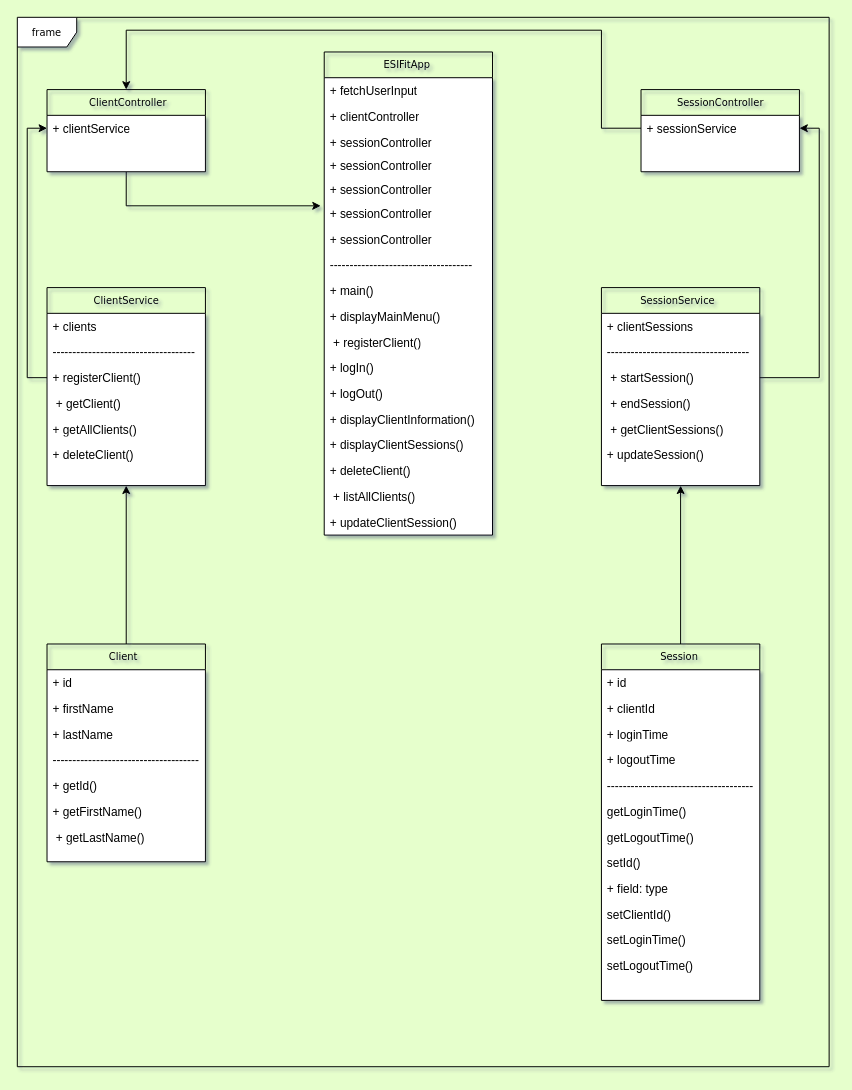
sofoste93/ESI-FIT-CLIENT-MANAGER keeps this draw.io diagram as page "Page-1" (1 of 2) of ESI-FIT.drawio. Above is the earlier version. Source tidied: cells renumbered, new cells numbered last; positions are measured from the earlier drawing's top-left corner, leaving out a move shared by most shapes. Both pictures are drawn from the tidied source at 99%, with x=0, y=0 at pixel (17, 17).
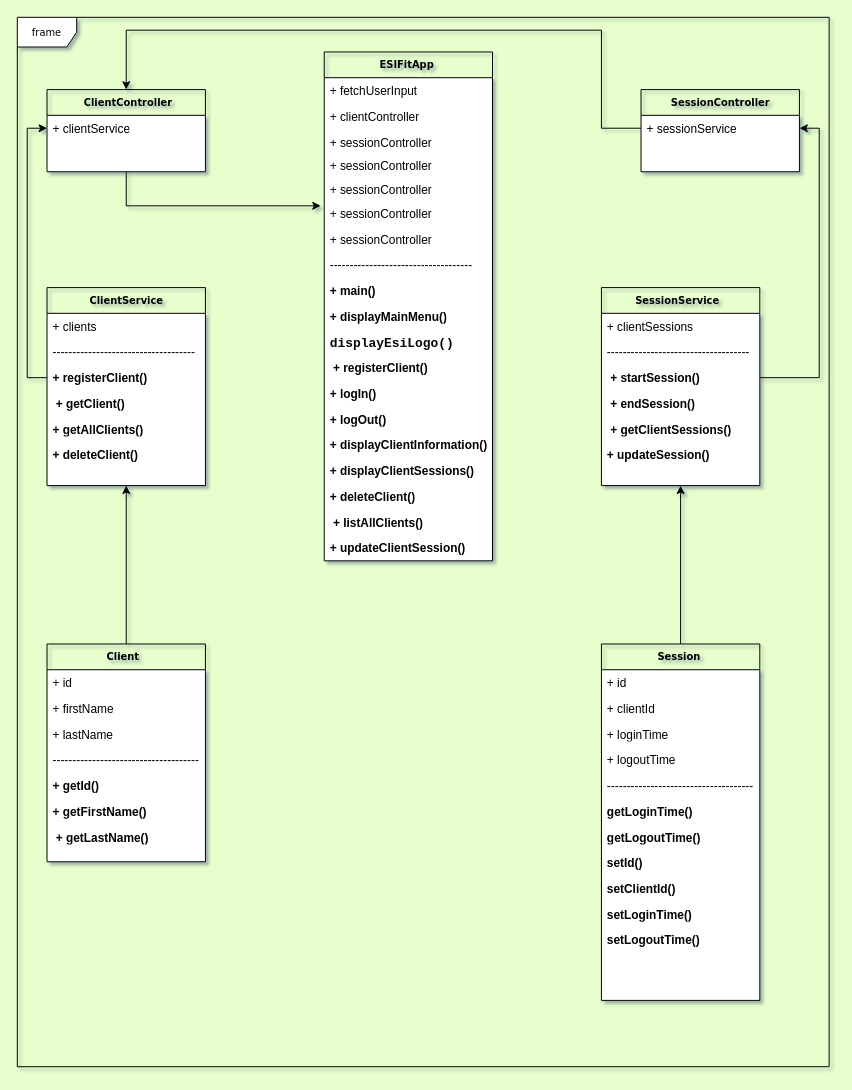
Above is the later version.

Diff of the diagram source:
```diff
@@
-    <mxCell id="3" value="ESIFitApp&amp;nbsp;" style="swimlane;html=1;fontStyle=0;horizontal=1;startSize=26;fillColor=none;swimlaneFillColor=#ffffff;rounded=0;shadow=0;comic=0;labelBackgroundColor=none;strokeWidth=1;fontFamily=Verdana;fontSize=10;align=center;" parent="1" vertex="1">
-      <mxGeometry x="310" y="35" width="170" height="488" as="geometry" />
+    <mxCell id="3" value="ESIFitApp&amp;nbsp;" style="swimlane;html=1;fontStyle=1;horizontal=1;startSize=26;fillColor=none;swimlaneFillColor=#ffffff;rounded=0;shadow=0;comic=0;labelBackgroundColor=none;strokeWidth=1;fontFamily=Verdana;fontSize=10;align=center;" parent="1" vertex="1">
+      <mxGeometry x="310" y="35" width="170" height="514" as="geometry" />
     </mxCell>
@@
-    <mxCell id="12" value="+ main()" style="text;html=1;strokeColor=none;fillColor=none;align=left;verticalAlign=top;spacingLeft=4;spacingRight=4;whiteSpace=wrap;overflow=hidden;" parent="3" vertex="1">
+    <mxCell id="12" value="+ main()" style="text;html=1;strokeColor=none;fillColor=none;align=left;verticalAlign=top;spacingLeft=4;spacingRight=4;whiteSpace=wrap;overflow=hidden;fontStyle=1;" parent="3" vertex="1">
       <mxGeometry y="228" width="170" height="26" as="geometry" />
     </mxCell>
-    <mxCell id="13" value="+ displayMainMenu()" style="text;html=1;strokeColor=none;fillColor=none;align=left;verticalAlign=top;spacingLeft=4;spacingRight=4;whiteSpace=wrap;overflow=hidden;" parent="3" vertex="1">
+    <mxCell id="13" value="+ displayMainMenu()" style="text;html=1;strokeColor=none;fillColor=none;align=left;verticalAlign=top;spacingLeft=4;spacingRight=4;whiteSpace=wrap;overflow=hidden;fontStyle=1;" parent="3" vertex="1">
       <mxGeometry y="254" width="170" height="26" as="geometry" />
     </mxCell>
+    <mxCell id="67" value="&lt;div style=&quot;font-family: &amp;quot;JetBrains Mono&amp;quot;, monospace; font-size: 9.8pt;&quot;&gt;&lt;span style=&quot;background-color: rgb(255, 255, 255);&quot;&gt;&lt;b style=&quot;&quot;&gt;&lt;font color=&quot;#050a00&quot;&gt;displayEsiLogo()&lt;/font&gt;&lt;/b&gt;&lt;/span&gt;&lt;/div&gt;" style="text;html=1;strokeColor=none;fillColor=none;align=left;verticalAlign=top;spacingLeft=4;spacingRight=4;whiteSpace=wrap;overflow=hidden;" parent="3" vertex="1">
+      <mxGeometry y="280" width="170" height="26" as="geometry" />
+    </mxCell>
-    <mxCell id="14" value="&amp;nbsp;+ registerClient()" style="text;html=1;strokeColor=none;fillColor=none;align=left;verticalAlign=top;spacingLeft=4;spacingRight=4;whiteSpace=wrap;overflow=hidden;" parent="3" vertex="1">
-      <mxGeometry y="280" width="170" height="26" as="geometry" />
+    <mxCell id="14" value="&amp;nbsp;+ registerClient()" style="text;html=1;strokeColor=none;fillColor=none;align=left;verticalAlign=top;spacingLeft=4;spacingRight=4;whiteSpace=wrap;overflow=hidden;fontStyle=1;" parent="3" vertex="1">
+      <mxGeometry y="306" width="170" height="26" as="geometry" />
     </mxCell>
-    <mxCell id="15" value="+ logIn()&amp;nbsp;" style="text;html=1;strokeColor=none;fillColor=none;align=left;verticalAlign=top;spacingLeft=4;spacingRight=4;whiteSpace=wrap;overflow=hidden;" parent="3" vertex="1">
-      <mxGeometry y="306" width="170" height="26" as="geometry" />
+    <mxCell id="15" value="+ logIn()&amp;nbsp;" style="text;html=1;strokeColor=none;fillColor=none;align=left;verticalAlign=top;spacingLeft=4;spacingRight=4;whiteSpace=wrap;overflow=hidden;fontStyle=1;" parent="3" vertex="1">
+      <mxGeometry y="332" width="170" height="26" as="geometry" />
     </mxCell>
-    <mxCell id="16" value="+ logOut()" style="text;html=1;strokeColor=none;fillColor=none;align=left;verticalAlign=top;spacingLeft=4;spacingRight=4;whiteSpace=wrap;overflow=hidden;" parent="3" vertex="1">
-      <mxGeometry y="332" width="170" height="26" as="geometry" />
+    <mxCell id="16" value="+ logOut()" style="text;html=1;strokeColor=none;fillColor=none;align=left;verticalAlign=top;spacingLeft=4;spacingRight=4;whiteSpace=wrap;overflow=hidden;fontStyle=1;" parent="3" vertex="1">
+      <mxGeometry y="358" width="170" height="26" as="geometry" />
     </mxCell>
-    <mxCell id="17" value="+ displayClientInformation()" style="text;html=1;strokeColor=none;fillColor=none;align=left;verticalAlign=top;spacingLeft=4;spacingRight=4;whiteSpace=wrap;overflow=hidden;" parent="3" vertex="1">
-      <mxGeometry y="358" width="170" height="26" as="geometry" />
+    <mxCell id="17" value="+ displayClientInformation()" style="text;html=1;strokeColor=none;fillColor=none;align=left;verticalAlign=top;spacingLeft=4;spacingRight=4;whiteSpace=wrap;overflow=hidden;fontStyle=1;" parent="3" vertex="1">
+      <mxGeometry y="384" width="170" height="26" as="geometry" />
     </mxCell>
-    <mxCell id="18" value="+ displayClientSessions()&amp;nbsp;" style="text;html=1;strokeColor=none;fillColor=none;align=left;verticalAlign=top;spacingLeft=4;spacingRight=4;whiteSpace=wrap;overflow=hidden;" parent="3" vertex="1">
-      <mxGeometry y="384" width="170" height="26" as="geometry" />
+    <mxCell id="18" value="+ displayClientSessions()&amp;nbsp;" style="text;html=1;strokeColor=none;fillColor=none;align=left;verticalAlign=top;spacingLeft=4;spacingRight=4;whiteSpace=wrap;overflow=hidden;fontStyle=1;" parent="3" vertex="1">
+      <mxGeometry y="410" width="170" height="26" as="geometry" />
     </mxCell>
-    <mxCell id="19" value="+ deleteClient()" style="text;html=1;strokeColor=none;fillColor=none;align=left;verticalAlign=top;spacingLeft=4;spacingRight=4;whiteSpace=wrap;overflow=hidden;" parent="3" vertex="1">
-      <mxGeometry y="410" width="170" height="26" as="geometry" />
+    <mxCell id="19" value="+ deleteClient()" style="text;html=1;strokeColor=none;fillColor=none;align=left;verticalAlign=top;spacingLeft=4;spacingRight=4;whiteSpace=wrap;overflow=hidden;fontStyle=1;" parent="3" vertex="1">
+      <mxGeometry y="436" width="170" height="26" as="geometry" />
     </mxCell>
-    <mxCell id="20" value="&amp;nbsp;+ listAllClients()" style="text;html=1;strokeColor=none;fillColor=none;align=left;verticalAlign=top;spacingLeft=4;spacingRight=4;whiteSpace=wrap;overflow=hidden;" parent="3" vertex="1">
-      <mxGeometry y="436" width="170" height="26" as="geometry" />
+    <mxCell id="20" value="&amp;nbsp;+ listAllClients()" style="text;html=1;strokeColor=none;fillColor=none;align=left;verticalAlign=top;spacingLeft=4;spacingRight=4;whiteSpace=wrap;overflow=hidden;fontStyle=1;" parent="3" vertex="1">
+      <mxGeometry y="462" width="170" height="26" as="geometry" />
     </mxCell>
-    <mxCell id="21" value="+ updateClientSession()" style="text;html=1;strokeColor=none;fillColor=none;align=left;verticalAlign=top;spacingLeft=4;spacingRight=4;whiteSpace=wrap;overflow=hidden;" parent="3" vertex="1">
-      <mxGeometry y="462" width="170" height="26" as="geometry" />
+    <mxCell id="21" value="+ updateClientSession()" style="text;html=1;strokeColor=none;fillColor=none;align=left;verticalAlign=top;spacingLeft=4;spacingRight=4;whiteSpace=wrap;overflow=hidden;fontStyle=1;" parent="3" vertex="1">
+      <mxGeometry y="488" width="170" height="26" as="geometry" />
     </mxCell>
-    <mxCell id="22" value="ClientService" style="swimlane;html=1;fontStyle=0;horizontal=1;startSize=26;fillColor=none;swimlaneFillColor=#ffffff;rounded=0;shadow=0;comic=0;labelBackgroundColor=none;strokeWidth=1;fontFamily=Verdana;fontSize=10;align=center;" parent="1" vertex="1">
+    <mxCell id="22" value="ClientService" style="swimlane;html=1;fontStyle=1;horizontal=1;startSize=26;fillColor=none;swimlaneFillColor=#ffffff;rounded=0;shadow=0;comic=0;labelBackgroundColor=none;strokeWidth=1;fontFamily=Verdana;fontSize=10;align=center;" parent="1" vertex="1">
       <mxGeometry x="30" y="273" width="160" height="200" as="geometry" />
     </mxCell>
@@
-    <mxCell id="25" value="+ registerClient()" style="text;html=1;strokeColor=none;fillColor=none;align=left;verticalAlign=top;spacingLeft=4;spacingRight=4;whiteSpace=wrap;overflow=hidden;points=[[0,0.5],[1,0.5]];portConstraint=eastwest;" parent="22" vertex="1">
+    <mxCell id="25" value="+ registerClient()" style="text;html=1;strokeColor=none;fillColor=none;align=left;verticalAlign=top;spacingLeft=4;spacingRight=4;whiteSpace=wrap;overflow=hidden;points=[[0,0.5],[1,0.5]];portConstraint=eastwest;fontStyle=1;" parent="22" vertex="1">
       <mxGeometry y="78" width="160" height="26" as="geometry" />
     </mxCell>
-    <mxCell id="26" value="&amp;nbsp;+ getClient()&amp;nbsp;" style="text;html=1;strokeColor=none;fillColor=none;align=left;verticalAlign=top;spacingLeft=4;spacingRight=4;whiteSpace=wrap;overflow=hidden;" parent="22" vertex="1">
+    <mxCell id="26" value="&amp;nbsp;+ getClient()&amp;nbsp;" style="text;html=1;strokeColor=none;fillColor=none;align=left;verticalAlign=top;spacingLeft=4;spacingRight=4;whiteSpace=wrap;overflow=hidden;fontStyle=1;" parent="22" vertex="1">
       <mxGeometry y="104" width="160" height="26" as="geometry" />
     </mxCell>
-    <mxCell id="27" value="+ getAllClients()" style="text;html=1;strokeColor=none;fillColor=none;align=left;verticalAlign=top;spacingLeft=4;spacingRight=4;whiteSpace=wrap;overflow=hidden;" parent="22" vertex="1">
+    <mxCell id="27" value="+ getAllClients()" style="text;html=1;strokeColor=none;fillColor=none;align=left;verticalAlign=top;spacingLeft=4;spacingRight=4;whiteSpace=wrap;overflow=hidden;fontStyle=1;" parent="22" vertex="1">
       <mxGeometry y="130" width="160" height="26" as="geometry" />
     </mxCell>
-    <mxCell id="28" value="+ deleteClient()&amp;nbsp;" style="text;html=1;strokeColor=none;fillColor=none;align=left;verticalAlign=top;spacingLeft=4;spacingRight=4;whiteSpace=wrap;overflow=hidden;" parent="22" vertex="1">
+    <mxCell id="28" value="+ deleteClient()&amp;nbsp;" style="text;html=1;strokeColor=none;fillColor=none;align=left;verticalAlign=top;spacingLeft=4;spacingRight=4;whiteSpace=wrap;overflow=hidden;fontStyle=1;" parent="22" vertex="1">
       <mxGeometry y="156" width="160" height="26" as="geometry" />
     </mxCell>
-    <mxCell id="29" value="SessionService&amp;nbsp;&amp;nbsp;" style="swimlane;html=1;fontStyle=0;horizontal=1;startSize=26;fillColor=none;swimlaneFillColor=#ffffff;rounded=0;shadow=0;comic=0;labelBackgroundColor=none;strokeWidth=1;fontFamily=Verdana;fontSize=10;align=center;" parent="1" vertex="1">
+    <mxCell id="29" value="SessionService&amp;nbsp;&amp;nbsp;" style="swimlane;html=1;fontStyle=1;horizontal=1;startSize=26;fillColor=none;swimlaneFillColor=#ffffff;rounded=0;shadow=0;comic=0;labelBackgroundColor=none;strokeWidth=1;fontFamily=Verdana;fontSize=10;align=center;" parent="1" vertex="1">
       <mxGeometry x="590" y="273" width="160" height="200" as="geometry" />
     </mxCell>
@@
-    <mxCell id="32" value="&amp;nbsp;+ startSession()" style="text;html=1;strokeColor=none;fillColor=none;align=left;verticalAlign=top;spacingLeft=4;spacingRight=4;whiteSpace=wrap;overflow=hidden;points=[[0,0.5],[1,0.5]];portConstraint=eastwest;" parent="29" vertex="1">
+    <mxCell id="32" value="&amp;nbsp;+ startSession()" style="text;html=1;strokeColor=none;fillColor=none;align=left;verticalAlign=top;spacingLeft=4;spacingRight=4;whiteSpace=wrap;overflow=hidden;points=[[0,0.5],[1,0.5]];portConstraint=eastwest;fontStyle=1;" parent="29" vertex="1">
       <mxGeometry y="78" width="160" height="26" as="geometry" />
     </mxCell>
-    <mxCell id="33" value="&amp;nbsp;+ endSession()" style="text;html=1;strokeColor=none;fillColor=none;align=left;verticalAlign=top;spacingLeft=4;spacingRight=4;whiteSpace=wrap;overflow=hidden;" parent="29" vertex="1">
+    <mxCell id="33" value="&amp;nbsp;+ endSession()" style="text;html=1;strokeColor=none;fillColor=none;align=left;verticalAlign=top;spacingLeft=4;spacingRight=4;whiteSpace=wrap;overflow=hidden;fontStyle=1;" parent="29" vertex="1">
       <mxGeometry y="104" width="160" height="26" as="geometry" />
     </mxCell>
-    <mxCell id="34" value="&amp;nbsp;+ getClientSessions()" style="text;html=1;strokeColor=none;fillColor=none;align=left;verticalAlign=top;spacingLeft=4;spacingRight=4;whiteSpace=wrap;overflow=hidden;" parent="29" vertex="1">
+    <mxCell id="34" value="&amp;nbsp;+ getClientSessions()" style="text;html=1;strokeColor=none;fillColor=none;align=left;verticalAlign=top;spacingLeft=4;spacingRight=4;whiteSpace=wrap;overflow=hidden;fontStyle=1;" parent="29" vertex="1">
       <mxGeometry y="130" width="160" height="26" as="geometry" />
     </mxCell>
-    <mxCell id="35" value="+ updateSession()&amp;nbsp;" style="text;html=1;strokeColor=none;fillColor=none;align=left;verticalAlign=top;spacingLeft=4;spacingRight=4;whiteSpace=wrap;overflow=hidden;" parent="29" vertex="1">
+    <mxCell id="35" value="+ updateSession()&amp;nbsp;" style="text;html=1;strokeColor=none;fillColor=none;align=left;verticalAlign=top;spacingLeft=4;spacingRight=4;whiteSpace=wrap;overflow=hidden;fontStyle=1;" parent="29" vertex="1">
       <mxGeometry y="156" width="160" height="26" as="geometry" />
     </mxCell>
@@
-    <mxCell id="37" value="&amp;nbsp;ClientController" style="swimlane;html=1;fontStyle=0;horizontal=1;startSize=26;fillColor=none;swimlaneFillColor=#ffffff;rounded=0;shadow=0;comic=0;labelBackgroundColor=none;strokeWidth=1;fontFamily=Verdana;fontSize=10;align=center;" parent="1" vertex="1">
+    <mxCell id="37" value="&amp;nbsp;ClientController" style="swimlane;html=1;fontStyle=1;horizontal=1;startSize=26;fillColor=none;swimlaneFillColor=#ffffff;rounded=0;shadow=0;comic=0;labelBackgroundColor=none;strokeWidth=1;fontFamily=Verdana;fontSize=10;align=center;" parent="1" vertex="1">
       <mxGeometry x="30" y="73" width="160" height="83" as="geometry" />
     </mxCell>
@@
-    <mxCell id="39" value="SessionController" style="swimlane;html=1;fontStyle=0;horizontal=1;startSize=26;fillColor=none;swimlaneFillColor=#ffffff;rounded=0;shadow=0;comic=0;labelBackgroundColor=none;strokeWidth=1;fontFamily=Verdana;fontSize=10;align=center;" parent="1" vertex="1">
+    <mxCell id="39" value="SessionController" style="swimlane;html=1;fontStyle=1;horizontal=1;startSize=26;fillColor=none;swimlaneFillColor=#ffffff;rounded=0;shadow=0;comic=0;labelBackgroundColor=none;strokeWidth=1;fontFamily=Verdana;fontSize=10;align=center;" parent="1" vertex="1">
       <mxGeometry x="630" y="73" width="160" height="83" as="geometry" />
     </mxCell>
@@
-    <mxCell id="42" value="Client&amp;nbsp;&amp;nbsp;" style="swimlane;html=1;fontStyle=0;horizontal=1;startSize=26;fillColor=none;swimlaneFillColor=#ffffff;rounded=0;shadow=0;comic=0;labelBackgroundColor=none;strokeWidth=1;fontFamily=Verdana;fontSize=10;align=center;" parent="1" vertex="1">
+    <mxCell id="42" value="Client&amp;nbsp;&amp;nbsp;" style="swimlane;html=1;fontStyle=1;horizontal=1;startSize=26;fillColor=none;swimlaneFillColor=#ffffff;rounded=0;shadow=0;comic=0;labelBackgroundColor=none;strokeWidth=1;fontFamily=Verdana;fontSize=10;align=center;" parent="1" vertex="1">
       <mxGeometry x="30" y="633" width="160" height="220" as="geometry" />
     </mxCell>
@@
-    <mxCell id="47" value="+ getId()" style="text;html=1;strokeColor=none;fillColor=none;align=left;verticalAlign=top;spacingLeft=4;spacingRight=4;whiteSpace=wrap;overflow=hidden;" parent="42" vertex="1">
+    <mxCell id="47" value="+ getId()" style="text;html=1;strokeColor=none;fillColor=none;align=left;verticalAlign=top;spacingLeft=4;spacingRight=4;whiteSpace=wrap;overflow=hidden;fontStyle=1;" parent="42" vertex="1">
       <mxGeometry y="130" width="160" height="26" as="geometry" />
     </mxCell>
-    <mxCell id="48" value="+ getFirstName()" style="text;html=1;strokeColor=none;fillColor=none;align=left;verticalAlign=top;spacingLeft=4;spacingRight=4;whiteSpace=wrap;overflow=hidden;" parent="42" vertex="1">
+    <mxCell id="48" value="+ getFirstName()" style="text;html=1;strokeColor=none;fillColor=none;align=left;verticalAlign=top;spacingLeft=4;spacingRight=4;whiteSpace=wrap;overflow=hidden;fontStyle=1;" parent="42" vertex="1">
       <mxGeometry y="156" width="160" height="26" as="geometry" />
     </mxCell>
-    <mxCell id="49" value="&amp;nbsp;+ getLastName()" style="text;html=1;strokeColor=none;fillColor=none;align=left;verticalAlign=top;spacingLeft=4;spacingRight=4;whiteSpace=wrap;overflow=hidden;" parent="42" vertex="1">
+    <mxCell id="49" value="&amp;nbsp;+ getLastName()" style="text;html=1;strokeColor=none;fillColor=none;align=left;verticalAlign=top;spacingLeft=4;spacingRight=4;whiteSpace=wrap;overflow=hidden;fontStyle=1;" parent="42" vertex="1">
       <mxGeometry y="182" width="160" height="26" as="geometry" />
     </mxCell>
@@
-    <mxCell id="51" value="Session&amp;nbsp;" style="swimlane;html=1;fontStyle=0;horizontal=1;startSize=26;fillColor=none;swimlaneFillColor=#ffffff;rounded=0;shadow=0;comic=0;labelBackgroundColor=none;strokeWidth=1;fontFamily=Verdana;fontSize=10;align=center;" parent="1" vertex="1">
+    <mxCell id="51" value="Session&amp;nbsp;" style="swimlane;html=1;fontStyle=1;horizontal=1;startSize=26;fillColor=none;swimlaneFillColor=#ffffff;rounded=0;shadow=0;comic=0;labelBackgroundColor=none;strokeWidth=1;fontFamily=Verdana;fontSize=10;align=center;" parent="1" vertex="1">
       <mxGeometry x="590" y="633" width="160" height="360" as="geometry" />
     </mxCell>
@@
-    <mxCell id="57" value="getLoginTime()" style="text;html=1;strokeColor=none;fillColor=none;align=left;verticalAlign=top;spacingLeft=4;spacingRight=4;whiteSpace=wrap;overflow=hidden;" parent="51" vertex="1">
+    <mxCell id="57" value="getLoginTime()" style="text;html=1;strokeColor=none;fillColor=none;align=left;verticalAlign=top;spacingLeft=4;spacingRight=4;whiteSpace=wrap;overflow=hidden;fontStyle=1;" parent="51" vertex="1">
       <mxGeometry y="156" width="160" height="26" as="geometry" />
     </mxCell>
-    <mxCell id="58" value="getLogoutTime()" style="text;html=1;strokeColor=none;fillColor=none;align=left;verticalAlign=top;spacingLeft=4;spacingRight=4;whiteSpace=wrap;overflow=hidden;" parent="51" vertex="1">
+    <mxCell id="58" value="getLogoutTime()" style="text;html=1;strokeColor=none;fillColor=none;align=left;verticalAlign=top;spacingLeft=4;spacingRight=4;whiteSpace=wrap;overflow=hidden;fontStyle=1;" parent="51" vertex="1">
       <mxGeometry y="182" width="160" height="26" as="geometry" />
     </mxCell>
-    <mxCell id="59" value="setId()&amp;nbsp;" style="text;html=1;strokeColor=none;fillColor=none;align=left;verticalAlign=top;spacingLeft=4;spacingRight=4;whiteSpace=wrap;overflow=hidden;" parent="51" vertex="1">
+    <mxCell id="59" value="setId()&amp;nbsp;" style="text;html=1;strokeColor=none;fillColor=none;align=left;verticalAlign=top;spacingLeft=4;spacingRight=4;whiteSpace=wrap;overflow=hidden;fontStyle=1;" parent="51" vertex="1">
       <mxGeometry y="208" width="160" height="26" as="geometry" />
     </mxCell>
-    <mxCell id="60" value="+ field: type" style="text;html=1;strokeColor=none;fillColor=none;align=left;verticalAlign=top;spacingLeft=4;spacingRight=4;whiteSpace=wrap;overflow=hidden;" parent="51" vertex="1">
-      <mxGeometry y="234" width="160" height="26" as="geometry" />
-    </mxCell>
-    <mxCell id="61" value="setClientId()" style="text;html=1;strokeColor=none;fillColor=none;align=left;verticalAlign=top;spacingLeft=4;spacingRight=4;whiteSpace=wrap;overflow=hidden;" parent="51" vertex="1">
-      <mxGeometry y="260" width="160" height="26" as="geometry" />
+    <mxCell id="61" value="setClientId()" style="text;html=1;strokeColor=none;fillColor=none;align=left;verticalAlign=top;spacingLeft=4;spacingRight=4;whiteSpace=wrap;overflow=hidden;fontStyle=1;" parent="51" vertex="1">
+      <mxGeometry y="234" width="160" height="26" as="geometry" />
     </mxCell>
-    <mxCell id="62" value="setLoginTime()" style="text;html=1;strokeColor=none;fillColor=none;align=left;verticalAlign=top;spacingLeft=4;spacingRight=4;whiteSpace=wrap;overflow=hidden;" parent="51" vertex="1">
-      <mxGeometry y="286" width="160" height="26" as="geometry" />
+    <mxCell id="62" value="setLoginTime()" style="text;html=1;strokeColor=none;fillColor=none;align=left;verticalAlign=top;spacingLeft=4;spacingRight=4;whiteSpace=wrap;overflow=hidden;fontStyle=1;" parent="51" vertex="1">
+      <mxGeometry y="260" width="160" height="26" as="geometry" />
     </mxCell>
-    <mxCell id="63" value="setLogoutTime()" style="text;html=1;strokeColor=none;fillColor=none;align=left;verticalAlign=top;spacingLeft=4;spacingRight=4;whiteSpace=wrap;overflow=hidden;" parent="51" vertex="1">
-      <mxGeometry y="312" width="160" height="26" as="geometry" />
+    <mxCell id="63" value="setLogoutTime()" style="text;html=1;strokeColor=none;fillColor=none;align=left;verticalAlign=top;spacingLeft=4;spacingRight=4;whiteSpace=wrap;overflow=hidden;fontStyle=1;" parent="51" vertex="1">
+      <mxGeometry y="286" width="160" height="26" as="geometry" />
     </mxCell>
```
